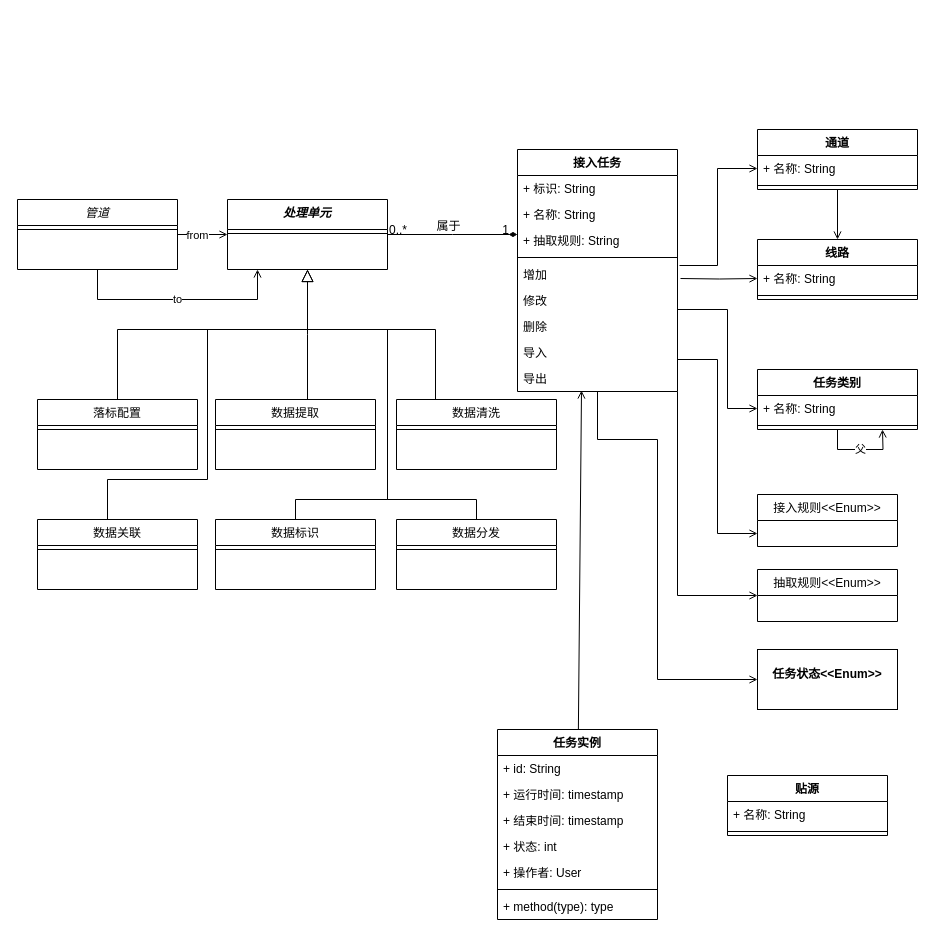
tianch731/DMS keeps this draw.io diagram as page "领域模型" (1 of 2) of DMS Class.drawio. Above is the earlier version. Source tidied: cells renumbered, new cells numbered last; positions are measured from the earlier drawing's top-left corner, leaving out a move shared by most shapes. Both pictures are drawn from the tidied source at 100%, with x=0, y=0 at pixel (17, 129).
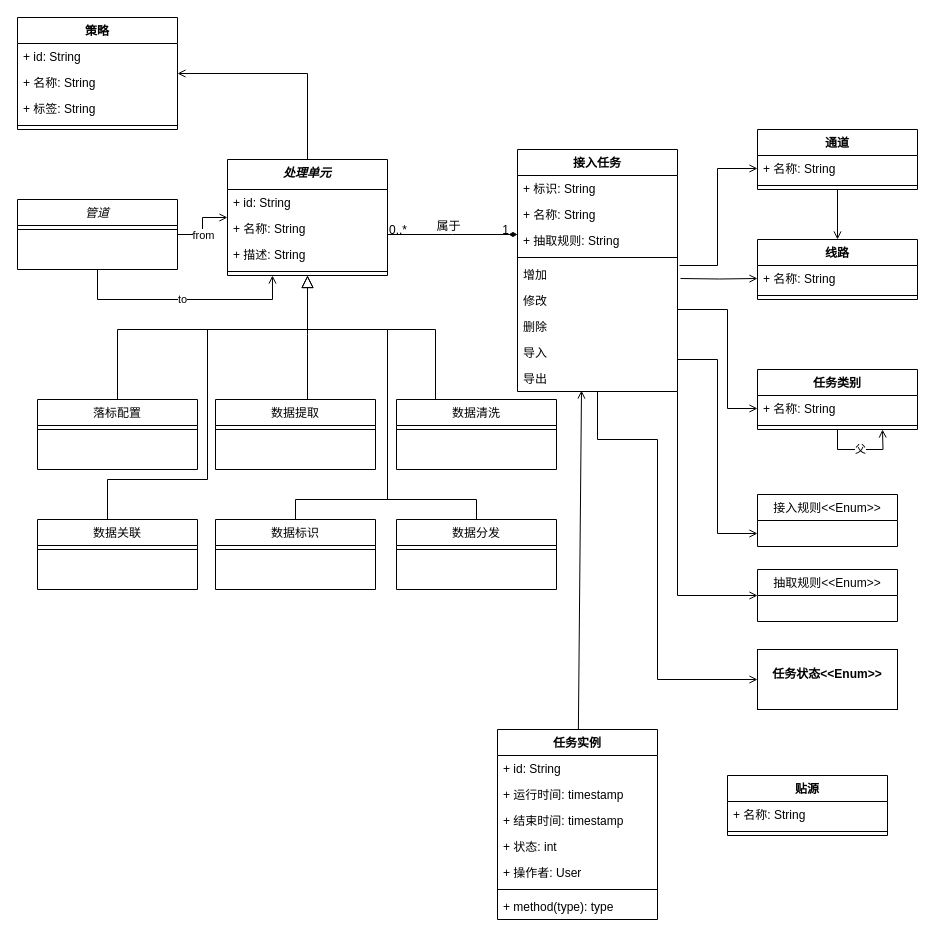
The same diagram, later.

Unchanged cells that the change refers to:
```xml
<mxCell id="29" value="管道" style="swimlane;fontStyle=2;align=center;verticalAlign=top;horizontal=1;startSize=26;rounded=0;shadow=0;strokeWidth=1;" parent="1" vertex="1">
  <mxGeometry y="70" width="160" height="70" as="geometry" />
</mxCell>
```

Diff of the diagram source:
```diff
@@
+    <mxCell id="73" style="edgeStyle=orthogonalEdgeStyle;rounded=0;jettySize=auto;html=1;entryX=1;entryY=0.5;entryDx=0;entryDy=0;endArrow=open;endFill=0;" parent="1" edge="1" source="2" target="77">
+      <mxGeometry relative="1" as="geometry">
+        <Array as="points">
+          <mxPoint x="290" y="-56" />
+        </Array>
+      </mxGeometry>
+    </mxCell>
     <mxCell id="2" value="处理单元" style="swimlane;fontStyle=3;align=center;verticalAlign=top;horizontal=1;startSize=30;rounded=0;shadow=0;strokeWidth=1;" parent="1" vertex="1">
-      <mxGeometry x="210" y="70" width="160" height="70" as="geometry" />
+      <mxGeometry x="210" y="30" width="160" height="116" as="geometry" />
     </mxCell>
+    <mxCell id="74" value="+ id: String" style="text;strokeColor=none;fillColor=none;align=left;verticalAlign=top;spacingLeft=4;spacingRight=4;overflow=hidden;" parent="2" vertex="1">
+      <mxGeometry y="30" width="160" height="26" as="geometry" />
+    </mxCell>
+    <mxCell id="75" value="+ 名称: String" style="text;strokeColor=none;fillColor=none;align=left;verticalAlign=top;spacingLeft=4;spacingRight=4;overflow=hidden;" parent="2" vertex="1">
+      <mxGeometry y="56" width="160" height="26" as="geometry" />
+    </mxCell>
+    <mxCell id="76" value="+ 描述: String" style="text;strokeColor=none;fillColor=none;align=left;verticalAlign=top;spacingLeft=4;spacingRight=4;overflow=hidden;" parent="2" vertex="1">
+      <mxGeometry y="82" width="160" height="26" as="geometry" />
+    </mxCell>
     <mxCell id="3" style="line;html=1;strokeWidth=1;align=left;verticalAlign=middle;spacingTop=-1;spacingLeft=3;spacingRight=3;labelPosition=right;points=[];portConstraint=eastwest;" parent="2" vertex="1">
-      <mxGeometry y="30" width="160" height="8" as="geometry" />
+      <mxGeometry y="108" width="160" height="8" as="geometry" />
     </mxCell>
@@
-    <mxCell id="28" value="to" style="edgeStyle=orthogonalEdgeStyle;rounded=0;jettySize=auto;html=1;endArrow=open;endFill=0;" parent="1" edge="1" source="29">
+    <mxCell id="28" value="to" style="edgeStyle=orthogonalEdgeStyle;rounded=0;jettySize=auto;html=1;endArrow=open;endFill=0;entryX=0.281;entryY=1;entryDx=0;entryDy=0;entryPerimeter=0;" parent="1" edge="1" source="29" target="3">
       <mxGeometry relative="1" as="geometry">
-        <mxPoint x="240" y="140" as="targetPoint" />
         <Array as="points">
           <mxPoint x="80" y="170" />
-          <mxPoint x="240" y="170" />
+          <mxPoint x="255" y="170" />
         </Array>
       </mxGeometry>
     </mxCell>
@@
+    <mxCell id="77" value="策略" style="swimlane;fontStyle=1;align=center;verticalAlign=top;horizontal=1;startSize=26;" parent="1" vertex="1">
+      <mxGeometry y="-112" width="160" height="112" as="geometry" />
+    </mxCell>
+    <mxCell id="78" value="+ id: String" style="text;strokeColor=none;fillColor=none;align=left;verticalAlign=top;spacingLeft=4;spacingRight=4;overflow=hidden;" parent="77" vertex="1">
+      <mxGeometry y="26" width="160" height="26" as="geometry" />
+    </mxCell>
+    <mxCell id="79" value="+ 名称: String" style="text;strokeColor=none;fillColor=none;align=left;verticalAlign=top;spacingLeft=4;spacingRight=4;overflow=hidden;" parent="77" vertex="1">
+      <mxGeometry y="52" width="160" height="26" as="geometry" />
+    </mxCell>
+    <mxCell id="80" value="+ 标签: String" style="text;strokeColor=none;fillColor=none;align=left;verticalAlign=top;spacingLeft=4;spacingRight=4;overflow=hidden;" parent="77" vertex="1">
+      <mxGeometry y="78" width="160" height="26" as="geometry" />
+    </mxCell>
+    <mxCell id="81" style="line;strokeWidth=1;fillColor=none;align=left;verticalAlign=middle;spacingTop=-1;spacingLeft=3;spacingRight=3;labelPosition=right;" parent="77" vertex="1">
+      <mxGeometry y="104" width="160" height="8" as="geometry" />
+    </mxCell>
```
